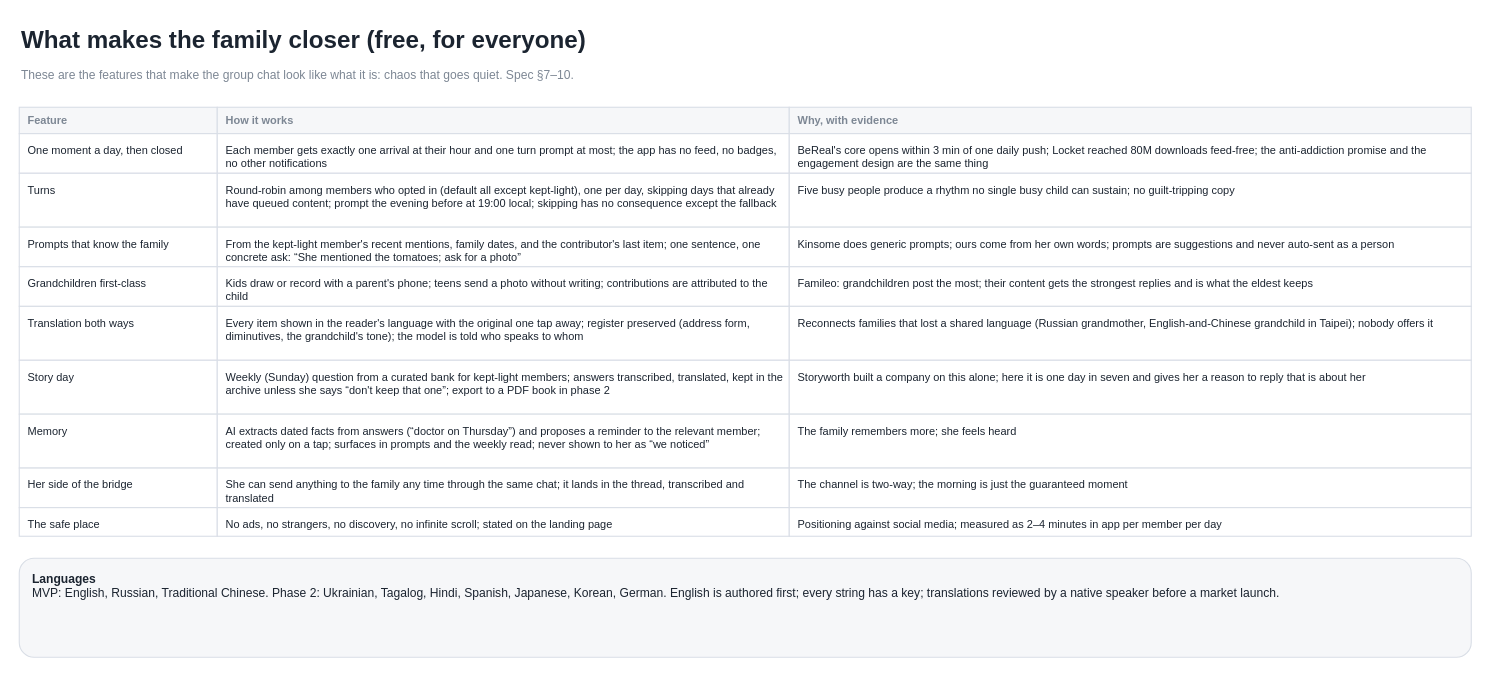
Before: page "3.4 · Closer: the free layer" (12 of 34) of design/diagrams/master-plan.drawio in taiusheev/vela, a draw.io diagram. Source tidied: cells renumbered, new cells numbered last; positions are measured from the earlier drawing's top-left corner, leaving out a move shared by most shapes. Both pictures are drawn from the tidied source at 110%, with x=0, y=0 at pixel (19, 19).
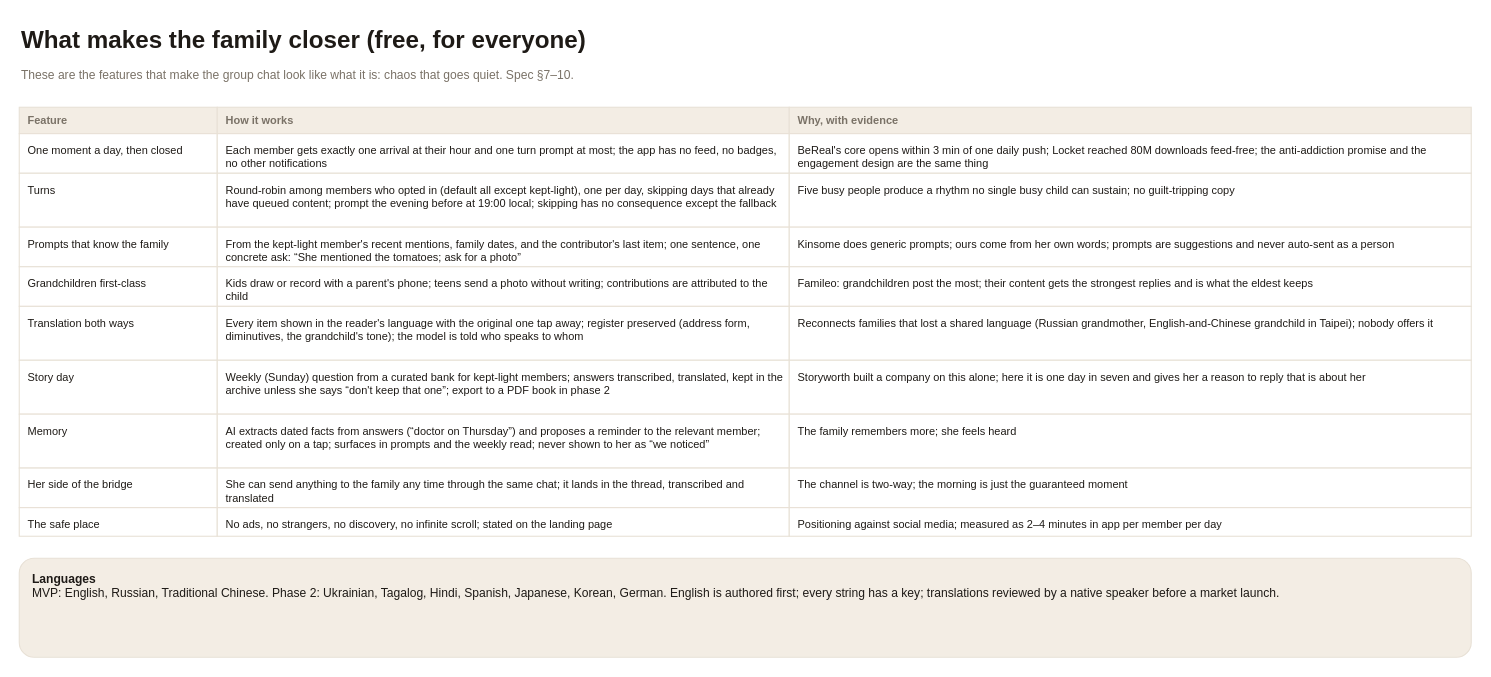
The same page after the edit.

Change to the diagram source:
```diff
@@
-    <mxCell id="2" value="What makes the family closer (free, for everyone)" style="text;html=1;align=left;verticalAlign=top;fontSize=22;fontStyle=1;fontColor=#1b2430;whiteSpace=wrap;" parent="1" vertex="1">
+    <mxCell id="2" value="What makes the family closer (free, for everyone)" style="text;html=1;align=left;verticalAlign=top;fontSize=22;fontStyle=1;fontColor=#1E1A16;whiteSpace=wrap;" parent="1" vertex="1">
       <mxGeometry width="1200" height="36" as="geometry" />
     </mxCell>
-    <mxCell id="3" value="These are the features that make the group chat look like what it is: chaos that goes quiet. Spec §7–10." style="text;html=1;align=left;verticalAlign=top;fontSize=11;fontColor=#7d8794;whiteSpace=wrap;" parent="1" vertex="1">
+    <mxCell id="3" value="These are the features that make the group chat look like what it is: chaos that goes quiet. Spec §7–10." style="text;html=1;align=left;verticalAlign=top;fontSize=11;fontColor=#7A7267;whiteSpace=wrap;" parent="1" vertex="1">
       <mxGeometry y="38" width="1300" height="30" as="geometry" />
     </mxCell>
-    <mxCell id="4" value="Feature" style="whiteSpace=wrap;html=1;align=left;verticalAlign=middle;spacingLeft=6;fillColor=#f6f7f9;strokeColor=#d9dee6;fontColor=#7d8794;fontStyle=1;fontSize=10;" parent="1" vertex="1">
+    <mxCell id="4" value="Feature" style="whiteSpace=wrap;html=1;align=left;verticalAlign=middle;spacingLeft=6;fillColor=#F3EDE4;strokeColor=#E8E1D6;fontColor=#7A7267;fontStyle=1;fontSize=10;" parent="1" vertex="1">
       <mxGeometry y="80" width="180" height="24" as="geometry" />
     </mxCell>
-    <mxCell id="5" value="How it works" style="whiteSpace=wrap;html=1;align=left;verticalAlign=middle;spacingLeft=6;fillColor=#f6f7f9;strokeColor=#d9dee6;fontColor=#7d8794;fontStyle=1;fontSize=10;" parent="1" vertex="1">
+    <mxCell id="5" value="How it works" style="whiteSpace=wrap;html=1;align=left;verticalAlign=middle;spacingLeft=6;fillColor=#F3EDE4;strokeColor=#E8E1D6;fontColor=#7A7267;fontStyle=1;fontSize=10;" parent="1" vertex="1">
       <mxGeometry x="180" y="80" width="520" height="24" as="geometry" />
     </mxCell>
-    <mxCell id="6" value="Why, with evidence" style="whiteSpace=wrap;html=1;align=left;verticalAlign=middle;spacingLeft=6;fillColor=#f6f7f9;strokeColor=#d9dee6;fontColor=#7d8794;fontStyle=1;fontSize=10;" parent="1" vertex="1">
+    <mxCell id="6" value="Why, with evidence" style="whiteSpace=wrap;html=1;align=left;verticalAlign=middle;spacingLeft=6;fillColor=#F3EDE4;strokeColor=#E8E1D6;fontColor=#7A7267;fontStyle=1;fontSize=10;" parent="1" vertex="1">
       <mxGeometry x="700" y="80" width="620" height="24" as="geometry" />
     </mxCell>
-    <mxCell id="7" value="One moment a day, then closed" style="whiteSpace=wrap;html=1;align=left;verticalAlign=top;spacingLeft=6;spacingTop=3;fillColor=#ffffff;strokeColor=#d9dee6;fontColor=#1b2430;fontSize=10;" parent="1" vertex="1">
+    <mxCell id="7" value="One moment a day, then closed" style="whiteSpace=wrap;html=1;align=left;verticalAlign=top;spacingLeft=6;spacingTop=3;fillColor=#FFFFFF;strokeColor=#E8E1D6;fontColor=#1E1A16;fontSize=10;" parent="1" vertex="1">
       <mxGeometry y="104" width="180" height="36" as="geometry" />
     </mxCell>
-    <mxCell id="8" value="Each member gets exactly one arrival at their hour and one turn prompt at most; the app has no feed, no badges, no other notifications" style="whiteSpace=wrap;html=1;align=left;verticalAlign=top;spacingLeft=6;spacingTop=3;fillColor=#ffffff;strokeColor=#d9dee6;fontColor=#1b2430;fontSize=10;" parent="1" vertex="1">
+    <mxCell id="8" value="Each member gets exactly one arrival at their hour and one turn prompt at most; the app has no feed, no badges, no other notifications" style="whiteSpace=wrap;html=1;align=left;verticalAlign=top;spacingLeft=6;spacingTop=3;fillColor=#FFFFFF;strokeColor=#E8E1D6;fontColor=#1E1A16;fontSize=10;" parent="1" vertex="1">
       <mxGeometry x="180" y="104" width="520" height="36" as="geometry" />
     </mxCell>
-    <mxCell id="9" value="BeReal's core opens within 3 min of one daily push; Locket reached 80M downloads feed-free; the anti-addiction promise and the engagement design are the same thing" style="whiteSpace=wrap;html=1;align=left;verticalAlign=top;spacingLeft=6;spacingTop=3;fillColor=#ffffff;strokeColor=#d9dee6;fontColor=#1b2430;fontSize=10;" parent="1" vertex="1">
+    <mxCell id="9" value="BeReal's core opens within 3 min of one daily push; Locket reached 80M downloads feed-free; the anti-addiction promise and the engagement design are the same thing" style="whiteSpace=wrap;html=1;align=left;verticalAlign=top;spacingLeft=6;spacingTop=3;fillColor=#FFFFFF;strokeColor=#E8E1D6;fontColor=#1E1A16;fontSize=10;" parent="1" vertex="1">
       <mxGeometry x="700" y="104" width="620" height="36" as="geometry" />
     </mxCell>
-    <mxCell id="10" value="Turns" style="whiteSpace=wrap;html=1;align=left;verticalAlign=top;spacingLeft=6;spacingTop=3;fillColor=#ffffff;strokeColor=#d9dee6;fontColor=#1b2430;fontSize=10;" parent="1" vertex="1">
+    <mxCell id="10" value="Turns" style="whiteSpace=wrap;html=1;align=left;verticalAlign=top;spacingLeft=6;spacingTop=3;fillColor=#FFFFFF;strokeColor=#E8E1D6;fontColor=#1E1A16;fontSize=10;" parent="1" vertex="1">
       <mxGeometry y="140" width="180" height="49" as="geometry" />
     </mxCell>
-    <mxCell id="11" value="Round-robin among members who opted in (default all except kept-light), one per day, skipping days that already have queued content; prompt the evening before at 19:00 local; skipping has no consequence except the fallback" style="whiteSpace=wrap;html=1;align=left;verticalAlign=top;spacingLeft=6;spacingTop=3;fillColor=#ffffff;strokeColor=#d9dee6;fontColor=#1b2430;fontSize=10;" parent="1" vertex="1">
+    <mxCell id="11" value="Round-robin among members who opted in (default all except kept-light), one per day, skipping days that already have queued content; prompt the evening before at 19:00 local; skipping has no consequence except the fallback" style="whiteSpace=wrap;html=1;align=left;verticalAlign=top;spacingLeft=6;spacingTop=3;fillColor=#FFFFFF;strokeColor=#E8E1D6;fontColor=#1E1A16;fontSize=10;" parent="1" vertex="1">
       <mxGeometry x="180" y="140" width="520" height="49" as="geometry" />
     </mxCell>
-    <mxCell id="12" value="Five busy people produce a rhythm no single busy child can sustain; no guilt-tripping copy" style="whiteSpace=wrap;html=1;align=left;verticalAlign=top;spacingLeft=6;spacingTop=3;fillColor=#ffffff;strokeColor=#d9dee6;fontColor=#1b2430;fontSize=10;" parent="1" vertex="1">
+    <mxCell id="12" value="Five busy people produce a rhythm no single busy child can sustain; no guilt-tripping copy" style="whiteSpace=wrap;html=1;align=left;verticalAlign=top;spacingLeft=6;spacingTop=3;fillColor=#FFFFFF;strokeColor=#E8E1D6;fontColor=#1E1A16;fontSize=10;" parent="1" vertex="1">
       <mxGeometry x="700" y="140" width="620" height="49" as="geometry" />
     </mxCell>
-    <mxCell id="13" value="Prompts that know the family" style="whiteSpace=wrap;html=1;align=left;verticalAlign=top;spacingLeft=6;spacingTop=3;fillColor=#ffffff;strokeColor=#d9dee6;fontColor=#1b2430;fontSize=10;" parent="1" vertex="1">
+    <mxCell id="13" value="Prompts that know the family" style="whiteSpace=wrap;html=1;align=left;verticalAlign=top;spacingLeft=6;spacingTop=3;fillColor=#FFFFFF;strokeColor=#E8E1D6;fontColor=#1E1A16;fontSize=10;" parent="1" vertex="1">
       <mxGeometry y="189" width="180" height="36" as="geometry" />
     </mxCell>
-    <mxCell id="14" value="From the kept-light member's recent mentions, family dates, and the contributor's last item; one sentence, one concrete ask: “She mentioned the tomatoes; ask for a photo”" style="whiteSpace=wrap;html=1;align=left;verticalAlign=top;spacingLeft=6;spacingTop=3;fillColor=#ffffff;strokeColor=#d9dee6;fontColor=#1b2430;fontSize=10;" parent="1" vertex="1">
+    <mxCell id="14" value="From the kept-light member's recent mentions, family dates, and the contributor's last item; one sentence, one concrete ask: “She mentioned the tomatoes; ask for a photo”" style="whiteSpace=wrap;html=1;align=left;verticalAlign=top;spacingLeft=6;spacingTop=3;fillColor=#FFFFFF;strokeColor=#E8E1D6;fontColor=#1E1A16;fontSize=10;" parent="1" vertex="1">
       <mxGeometry x="180" y="189" width="520" height="36" as="geometry" />
     </mxCell>
-    <mxCell id="15" value="Kinsome does generic prompts; ours come from her own words; prompts are suggestions and never auto-sent as a person" style="whiteSpace=wrap;html=1;align=left;verticalAlign=top;spacingLeft=6;spacingTop=3;fillColor=#ffffff;strokeColor=#d9dee6;fontColor=#1b2430;fontSize=10;" parent="1" vertex="1">
+    <mxCell id="15" value="Kinsome does generic prompts; ours come from her own words; prompts are suggestions and never auto-sent as a person" style="whiteSpace=wrap;html=1;align=left;verticalAlign=top;spacingLeft=6;spacingTop=3;fillColor=#FFFFFF;strokeColor=#E8E1D6;fontColor=#1E1A16;fontSize=10;" parent="1" vertex="1">
       <mxGeometry x="700" y="189" width="620" height="36" as="geometry" />
     </mxCell>
-    <mxCell id="16" value="Grandchildren first-class" style="whiteSpace=wrap;html=1;align=left;verticalAlign=top;spacingLeft=6;spacingTop=3;fillColor=#ffffff;strokeColor=#d9dee6;fontColor=#1b2430;fontSize=10;" parent="1" vertex="1">
+    <mxCell id="16" value="Grandchildren first-class" style="whiteSpace=wrap;html=1;align=left;verticalAlign=top;spacingLeft=6;spacingTop=3;fillColor=#FFFFFF;strokeColor=#E8E1D6;fontColor=#1E1A16;fontSize=10;" parent="1" vertex="1">
       <mxGeometry y="225" width="180" height="36" as="geometry" />
     </mxCell>
-    <mxCell id="17" value="Kids draw or record with a parent's phone; teens send a photo without writing; contributions are attributed to the child" style="whiteSpace=wrap;html=1;align=left;verticalAlign=top;spacingLeft=6;spacingTop=3;fillColor=#ffffff;strokeColor=#d9dee6;fontColor=#1b2430;fontSize=10;" parent="1" vertex="1">
+    <mxCell id="17" value="Kids draw or record with a parent's phone; teens send a photo without writing; contributions are attributed to the child" style="whiteSpace=wrap;html=1;align=left;verticalAlign=top;spacingLeft=6;spacingTop=3;fillColor=#FFFFFF;strokeColor=#E8E1D6;fontColor=#1E1A16;fontSize=10;" parent="1" vertex="1">
       <mxGeometry x="180" y="225" width="520" height="36" as="geometry" />
     </mxCell>
-    <mxCell id="18" value="Famileo: grandchildren post the most; their content gets the strongest replies and is what the eldest keeps" style="whiteSpace=wrap;html=1;align=left;verticalAlign=top;spacingLeft=6;spacingTop=3;fillColor=#ffffff;strokeColor=#d9dee6;fontColor=#1b2430;fontSize=10;" parent="1" vertex="1">
+    <mxCell id="18" value="Famileo: grandchildren post the most; their content gets the strongest replies and is what the eldest keeps" style="whiteSpace=wrap;html=1;align=left;verticalAlign=top;spacingLeft=6;spacingTop=3;fillColor=#FFFFFF;strokeColor=#E8E1D6;fontColor=#1E1A16;fontSize=10;" parent="1" vertex="1">
       <mxGeometry x="700" y="225" width="620" height="36" as="geometry" />
     </mxCell>
-    <mxCell id="19" value="Translation both ways" style="whiteSpace=wrap;html=1;align=left;verticalAlign=top;spacingLeft=6;spacingTop=3;fillColor=#ffffff;strokeColor=#d9dee6;fontColor=#1b2430;fontSize=10;" parent="1" vertex="1">
+    <mxCell id="19" value="Translation both ways" style="whiteSpace=wrap;html=1;align=left;verticalAlign=top;spacingLeft=6;spacingTop=3;fillColor=#FFFFFF;strokeColor=#E8E1D6;fontColor=#1E1A16;fontSize=10;" parent="1" vertex="1">
       <mxGeometry y="261" width="180" height="49" as="geometry" />
     </mxCell>
-    <mxCell id="20" value="Every item shown in the reader's language with the original one tap away; register preserved (address form, diminutives, the grandchild's tone); the model is told who speaks to whom" style="whiteSpace=wrap;html=1;align=left;verticalAlign=top;spacingLeft=6;spacingTop=3;fillColor=#ffffff;strokeColor=#d9dee6;fontColor=#1b2430;fontSize=10;" parent="1" vertex="1">
+    <mxCell id="20" value="Every item shown in the reader's language with the original one tap away; register preserved (address form, diminutives, the grandchild's tone); the model is told who speaks to whom" style="whiteSpace=wrap;html=1;align=left;verticalAlign=top;spacingLeft=6;spacingTop=3;fillColor=#FFFFFF;strokeColor=#E8E1D6;fontColor=#1E1A16;fontSize=10;" parent="1" vertex="1">
       <mxGeometry x="180" y="261" width="520" height="49" as="geometry" />
     </mxCell>
-    <mxCell id="21" value="Reconnects families that lost a shared language (Russian grandmother, English-and-Chinese grandchild in Taipei); nobody offers it" style="whiteSpace=wrap;html=1;align=left;verticalAlign=top;spacingLeft=6;spacingTop=3;fillColor=#ffffff;strokeColor=#d9dee6;fontColor=#1b2430;fontSize=10;" parent="1" vertex="1">
+    <mxCell id="21" value="Reconnects families that lost a shared language (Russian grandmother, English-and-Chinese grandchild in Taipei); nobody offers it" style="whiteSpace=wrap;html=1;align=left;verticalAlign=top;spacingLeft=6;spacingTop=3;fillColor=#FFFFFF;strokeColor=#E8E1D6;fontColor=#1E1A16;fontSize=10;" parent="1" vertex="1">
       <mxGeometry x="700" y="261" width="620" height="49" as="geometry" />
     </mxCell>
-    <mxCell id="22" value="Story day" style="whiteSpace=wrap;html=1;align=left;verticalAlign=top;spacingLeft=6;spacingTop=3;fillColor=#ffffff;strokeColor=#d9dee6;fontColor=#1b2430;fontSize=10;" parent="1" vertex="1">
+    <mxCell id="22" value="Story day" style="whiteSpace=wrap;html=1;align=left;verticalAlign=top;spacingLeft=6;spacingTop=3;fillColor=#FFFFFF;strokeColor=#E8E1D6;fontColor=#1E1A16;fontSize=10;" parent="1" vertex="1">
       <mxGeometry y="310" width="180" height="49" as="geometry" />
     </mxCell>
-    <mxCell id="23" value="Weekly (Sunday) question from a curated bank for kept-light members; answers transcribed, translated, kept in the archive unless she says “don't keep that one”; export to a PDF book in phase 2" style="whiteSpace=wrap;html=1;align=left;verticalAlign=top;spacingLeft=6;spacingTop=3;fillColor=#ffffff;strokeColor=#d9dee6;fontColor=#1b2430;fontSize=10;" parent="1" vertex="1">
+    <mxCell id="23" value="Weekly (Sunday) question from a curated bank for kept-light members; answers transcribed, translated, kept in the archive unless she says “don't keep that one”; export to a PDF book in phase 2" style="whiteSpace=wrap;html=1;align=left;verticalAlign=top;spacingLeft=6;spacingTop=3;fillColor=#FFFFFF;strokeColor=#E8E1D6;fontColor=#1E1A16;fontSize=10;" parent="1" vertex="1">
       <mxGeometry x="180" y="310" width="520" height="49" as="geometry" />
     </mxCell>
-    <mxCell id="24" value="Storyworth built a company on this alone; here it is one day in seven and gives her a reason to reply that is about her" style="whiteSpace=wrap;html=1;align=left;verticalAlign=top;spacingLeft=6;spacingTop=3;fillColor=#ffffff;strokeColor=#d9dee6;fontColor=#1b2430;fontSize=10;" parent="1" vertex="1">
+    <mxCell id="24" value="Storyworth built a company on this alone; here it is one day in seven and gives her a reason to reply that is about her" style="whiteSpace=wrap;html=1;align=left;verticalAlign=top;spacingLeft=6;spacingTop=3;fillColor=#FFFFFF;strokeColor=#E8E1D6;fontColor=#1E1A16;fontSize=10;" parent="1" vertex="1">
       <mxGeometry x="700" y="310" width="620" height="49" as="geometry" />
     </mxCell>
-    <mxCell id="25" value="Memory" style="whiteSpace=wrap;html=1;align=left;verticalAlign=top;spacingLeft=6;spacingTop=3;fillColor=#ffffff;strokeColor=#d9dee6;fontColor=#1b2430;fontSize=10;" parent="1" vertex="1">
+    <mxCell id="25" value="Memory" style="whiteSpace=wrap;html=1;align=left;verticalAlign=top;spacingLeft=6;spacingTop=3;fillColor=#FFFFFF;strokeColor=#E8E1D6;fontColor=#1E1A16;fontSize=10;" parent="1" vertex="1">
       <mxGeometry y="359" width="180" height="49" as="geometry" />
     </mxCell>
-    <mxCell id="26" value="AI extracts dated facts from answers (“doctor on Thursday”) and proposes a reminder to the relevant member; created only on a tap; surfaces in prompts and the weekly read; never shown to her as “we noticed”" style="whiteSpace=wrap;html=1;align=left;verticalAlign=top;spacingLeft=6;spacingTop=3;fillColor=#ffffff;strokeColor=#d9dee6;fontColor=#1b2430;fontSize=10;" parent="1" vertex="1">
+    <mxCell id="26" value="AI extracts dated facts from answers (“doctor on Thursday”) and proposes a reminder to the relevant member; created only on a tap; surfaces in prompts and the weekly read; never shown to her as “we noticed”" style="whiteSpace=wrap;html=1;align=left;verticalAlign=top;spacingLeft=6;spacingTop=3;fillColor=#FFFFFF;strokeColor=#E8E1D6;fontColor=#1E1A16;fontSize=10;" parent="1" vertex="1">
       <mxGeometry x="180" y="359" width="520" height="49" as="geometry" />
     </mxCell>
-    <mxCell id="27" value="The family remembers more; she feels heard" style="whiteSpace=wrap;html=1;align=left;verticalAlign=top;spacingLeft=6;spacingTop=3;fillColor=#ffffff;strokeColor=#d9dee6;fontColor=#1b2430;fontSize=10;" parent="1" vertex="1">
+    <mxCell id="27" value="The family remembers more; she feels heard" style="whiteSpace=wrap;html=1;align=left;verticalAlign=top;spacingLeft=6;spacingTop=3;fillColor=#FFFFFF;strokeColor=#E8E1D6;fontColor=#1E1A16;fontSize=10;" parent="1" vertex="1">
       <mxGeometry x="700" y="359" width="620" height="49" as="geometry" />
     </mxCell>
-    <mxCell id="28" value="Her side of the bridge" style="whiteSpace=wrap;html=1;align=left;verticalAlign=top;spacingLeft=6;spacingTop=3;fillColor=#ffffff;strokeColor=#d9dee6;fontColor=#1b2430;fontSize=10;" parent="1" vertex="1">
+    <mxCell id="28" value="Her side of the bridge" style="whiteSpace=wrap;html=1;align=left;verticalAlign=top;spacingLeft=6;spacingTop=3;fillColor=#FFFFFF;strokeColor=#E8E1D6;fontColor=#1E1A16;fontSize=10;" parent="1" vertex="1">
       <mxGeometry y="408" width="180" height="36" as="geometry" />
     </mxCell>
-    <mxCell id="29" value="She can send anything to the family any time through the same chat; it lands in the thread, transcribed and translated" style="whiteSpace=wrap;html=1;align=left;verticalAlign=top;spacingLeft=6;spacingTop=3;fillColor=#ffffff;strokeColor=#d9dee6;fontColor=#1b2430;fontSize=10;" parent="1" vertex="1">
+    <mxCell id="29" value="She can send anything to the family any time through the same chat; it lands in the thread, transcribed and translated" style="whiteSpace=wrap;html=1;align=left;verticalAlign=top;spacingLeft=6;spacingTop=3;fillColor=#FFFFFF;strokeColor=#E8E1D6;fontColor=#1E1A16;fontSize=10;" parent="1" vertex="1">
       <mxGeometry x="180" y="408" width="520" height="36" as="geometry" />
     </mxCell>
-    <mxCell id="30" value="The channel is two-way; the morning is just the guaranteed moment" style="whiteSpace=wrap;html=1;align=left;verticalAlign=top;spacingLeft=6;spacingTop=3;fillColor=#ffffff;strokeColor=#d9dee6;fontColor=#1b2430;fontSize=10;" parent="1" vertex="1">
+    <mxCell id="30" value="The channel is two-way; the morning is just the guaranteed moment" style="whiteSpace=wrap;html=1;align=left;verticalAlign=top;spacingLeft=6;spacingTop=3;fillColor=#FFFFFF;strokeColor=#E8E1D6;fontColor=#1E1A16;fontSize=10;" parent="1" vertex="1">
       <mxGeometry x="700" y="408" width="620" height="36" as="geometry" />
     </mxCell>
-    <mxCell id="31" value="The safe place" style="whiteSpace=wrap;html=1;align=left;verticalAlign=top;spacingLeft=6;spacingTop=3;fillColor=#ffffff;strokeColor=#d9dee6;fontColor=#1b2430;fontSize=10;" parent="1" vertex="1">
+    <mxCell id="31" value="The safe place" style="whiteSpace=wrap;html=1;align=left;verticalAlign=top;spacingLeft=6;spacingTop=3;fillColor=#FFFFFF;strokeColor=#E8E1D6;fontColor=#1E1A16;fontSize=10;" parent="1" vertex="1">
       <mxGeometry y="444" width="180" height="26" as="geometry" />
     </mxCell>
-    <mxCell id="32" value="No ads, no strangers, no discovery, no infinite scroll; stated on the landing page" style="whiteSpace=wrap;html=1;align=left;verticalAlign=top;spacingLeft=6;spacingTop=3;fillColor=#ffffff;strokeColor=#d9dee6;fontColor=#1b2430;fontSize=10;" parent="1" vertex="1">
+    <mxCell id="32" value="No ads, no strangers, no discovery, no infinite scroll; stated on the landing page" style="whiteSpace=wrap;html=1;align=left;verticalAlign=top;spacingLeft=6;spacingTop=3;fillColor=#FFFFFF;strokeColor=#E8E1D6;fontColor=#1E1A16;fontSize=10;" parent="1" vertex="1">
       <mxGeometry x="180" y="444" width="520" height="26" as="geometry" />
     </mxCell>
-    <mxCell id="33" value="Positioning against social media; measured as 2–4 minutes in app per member per day" style="whiteSpace=wrap;html=1;align=left;verticalAlign=top;spacingLeft=6;spacingTop=3;fillColor=#ffffff;strokeColor=#d9dee6;fontColor=#1b2430;fontSize=10;" parent="1" vertex="1">
+    <mxCell id="33" value="Positioning against social media; measured as 2–4 minutes in app per member per day" style="whiteSpace=wrap;html=1;align=left;verticalAlign=top;spacingLeft=6;spacingTop=3;fillColor=#FFFFFF;strokeColor=#E8E1D6;fontColor=#1E1A16;fontSize=10;" parent="1" vertex="1">
       <mxGeometry x="700" y="444" width="620" height="26" as="geometry" />
     </mxCell>
-    <mxCell id="34" value="&lt;b&gt;Languages&lt;/b&gt;&lt;br&gt;MVP: English, Russian, Traditional Chinese. Phase 2: Ukrainian, Tagalog, Hindi, Spanish, Japanese, Korean, German. English is authored first; every string has a key; translations reviewed by a native speaker before a market launch." style="rounded=1;whiteSpace=wrap;html=1;align=left;verticalAlign=top;spacingLeft=10;spacingRight=8;spacingTop=6;fontSize=11;fillColor=#f6f7f9;strokeColor=#d9dee6;fontColor=#1b2430;" parent="1" vertex="1">
+    <mxCell id="34" value="&lt;b&gt;Languages&lt;/b&gt;&lt;br&gt;MVP: English, Russian, Traditional Chinese. Phase 2: Ukrainian, Tagalog, Hindi, Spanish, Japanese, Korean, German. English is authored first; every string has a key; translations reviewed by a native speaker before a market launch." style="rounded=1;whiteSpace=wrap;html=1;align=left;verticalAlign=top;spacingLeft=10;spacingRight=8;spacingTop=6;fontSize=11;fillColor=#F3EDE4;strokeColor=#E8E1D6;fontColor=#1E1A16;" parent="1" vertex="1">
       <mxGeometry y="490" width="1320" height="90" as="geometry" />
     </mxCell>
```
